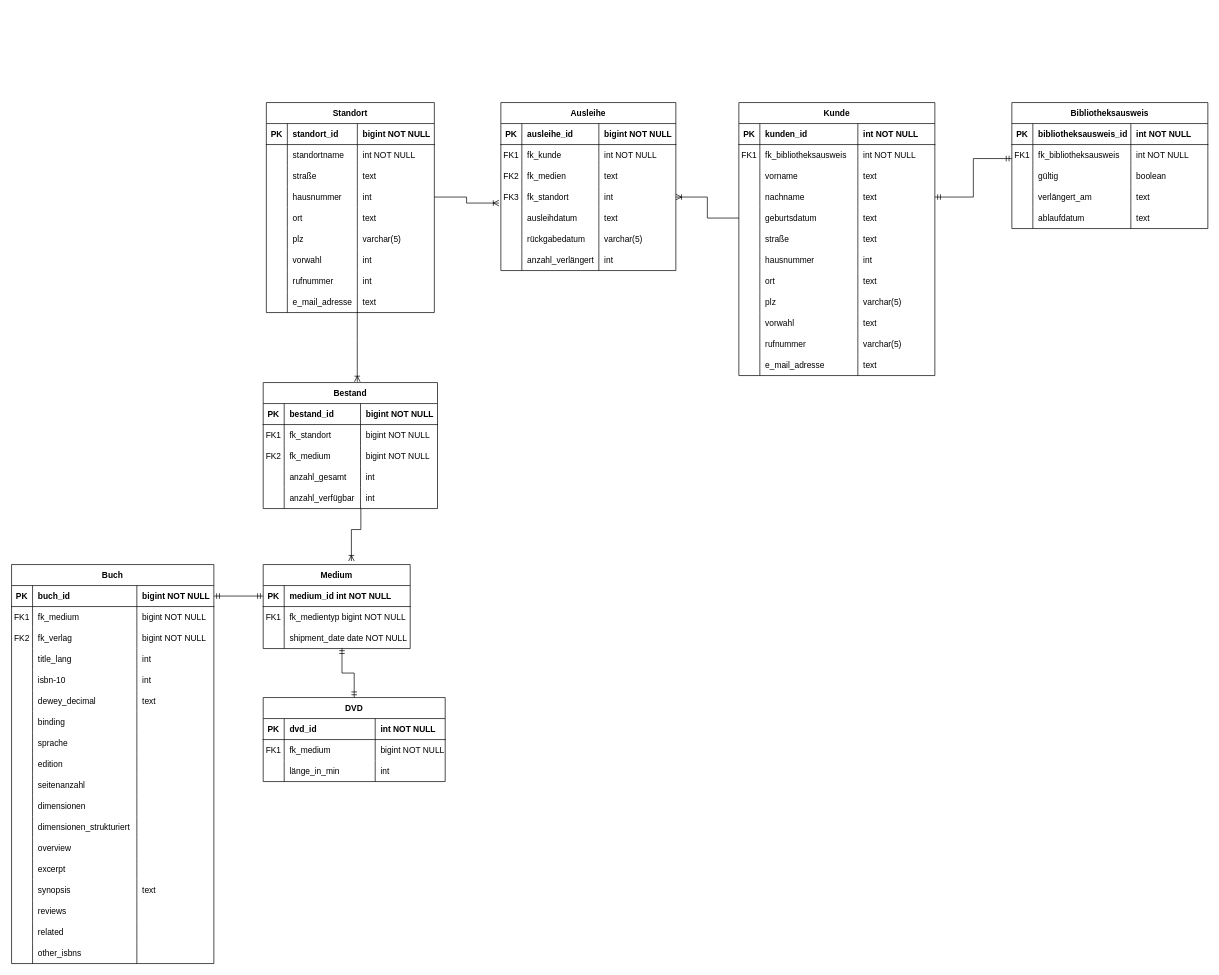
Above: ERM_Bibliotheksverwaltung.drawio in typhooncode-library-administration/1.organization-documentation-wiki (draw.io), before the change. Source tidied: cells renumbered, new cells numbered last; positions are measured from the earlier drawing's top-left corner, leaving out a move shared by most shapes. Both pictures are drawn from the tidied source at 70%, with x=0, y=0 at pixel (11, 102).
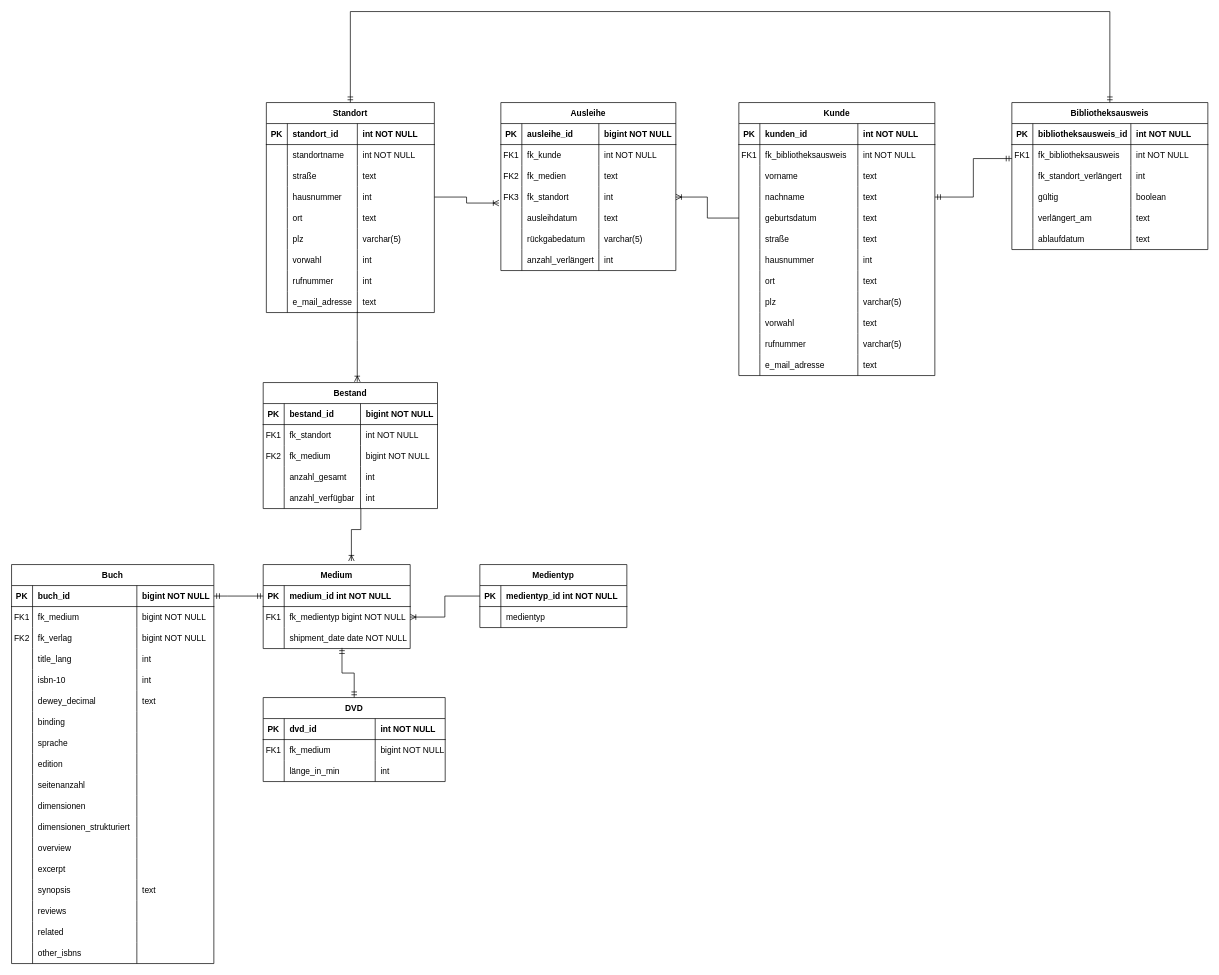
The same diagram, later.

The change refers to these unchanged cells:
```xml
<mxCell id="2" value="Standort" style="shape=table;startSize=30;childLayout=tableLayout;rowLines=0;fontStyle=1;align=center;" parent="1" vertex="1">
  <mxGeometry x="364" width="240" height="300" as="geometry" />
</mxCell>
<mxCell id="3" style="shape=partialRectangle;fillColor=none;top=0;left=0;right=0;bottom=1;" parent="2" vertex="1">
  <mxGeometry y="30" width="240" height="30" as="geometry" />
</mxCell>
<mxCell id="43" style="shape=partialRectangle;fillColor=none;points=[[0,0.5],[1,0.5]];portConstraint=eastwest;top=0;left=0;right=0;bottom=0;" parent="39" vertex="1">
  <mxGeometry y="60" width="210" height="30" as="geometry" />
</mxCell>
<mxCell id="54" style="shape=partialRectangle;fillColor=none;top=0;left=0;right=0;bottom=0;" parent="49" vertex="1">
  <mxGeometry y="60" width="249" height="30" as="geometry" />
</mxCell>
```

Diff of the diagram source:
```diff
@@
-    <mxCell id="6" value="bigint NOT NULL" style="shape=partialRectangle;overflow=hidden;fillColor=none;top=0;left=0;bottom=0;right=0;align=left;spacingLeft=6;fontStyle=1;" parent="3" vertex="1">
+    <mxCell id="6" value="int NOT NULL" style="shape=partialRectangle;overflow=hidden;fillColor=none;top=0;left=0;bottom=0;right=0;align=left;spacingLeft=6;fontStyle=1;" parent="3" vertex="1">
       <mxGeometry x="130" width="110" height="30" as="geometry" />
     </mxCell>
@@
-    <mxCell id="57" value="bigint NOT NULL" style="shape=partialRectangle;overflow=hidden;fillColor=none;top=0;left=0;bottom=0;right=0;align=left;spacingLeft=6;" parent="54" vertex="1">
+    <mxCell id="57" value="int NOT NULL" style="shape=partialRectangle;overflow=hidden;fillColor=none;top=0;left=0;bottom=0;right=0;align=left;spacingLeft=6;" parent="54" vertex="1">
       <mxGeometry x="139" width="110" height="30" as="geometry" />
     </mxCell>
@@
     <mxCell id="240" value="Bibliotheksausweis" style="shape=table;startSize=30;childLayout=tableLayout;rowLines=0;fontStyle=1;align=center;" parent="1" vertex="1">
-      <mxGeometry x="1429" width="280" height="180" as="geometry" />
+      <mxGeometry x="1429" width="280" height="210" as="geometry" />
     </mxCell>
@@
+    <mxCell id="262" style="shape=partialRectangle;fillColor=none;top=0;left=0;right=0;bottom=0;" parent="240" vertex="1">
+      <mxGeometry y="90" width="280" height="30" as="geometry" />
+    </mxCell>
+    <mxCell id="263" style="shape=partialRectangle;overflow=hidden;fillColor=none;top=0;left=0;bottom=0;right=0;" parent="262" vertex="1">
+      <mxGeometry width="30" height="30" as="geometry" />
+    </mxCell>
+    <mxCell id="264" value="fk_standort_verlängert" style="shape=partialRectangle;overflow=hidden;fillColor=none;top=0;left=0;bottom=0;right=0;align=left;spacingLeft=6;" parent="262" vertex="1">
+      <mxGeometry x="30" width="140" height="30" as="geometry" />
+    </mxCell>
+    <mxCell id="265" value="int " style="shape=partialRectangle;overflow=hidden;fillColor=none;top=0;left=0;bottom=0;right=0;align=left;spacingLeft=6;" parent="262" vertex="1">
+      <mxGeometry x="170" width="110" height="30" as="geometry" />
+    </mxCell>
     <mxCell id="249" style="shape=partialRectangle;fillColor=none;top=0;left=0;right=0;bottom=0;" parent="240" vertex="1">
-      <mxGeometry y="90" width="280" height="30" as="geometry" />
+      <mxGeometry y="120" width="280" height="30" as="geometry" />
     </mxCell>
@@
     <mxCell id="253" style="shape=partialRectangle;fillColor=none;top=0;left=0;right=0;bottom=0;" parent="240" vertex="1">
-      <mxGeometry y="120" width="280" height="30" as="geometry" />
+      <mxGeometry y="150" width="280" height="30" as="geometry" />
     </mxCell>
@@
     <mxCell id="257" style="shape=partialRectangle;fillColor=none;top=0;left=0;right=0;bottom=0;" parent="240" vertex="1">
-      <mxGeometry y="150" width="280" height="30" as="geometry" />
+      <mxGeometry y="180" width="280" height="30" as="geometry" />
     </mxCell>
@@
+    <mxCell id="266" style="edgeStyle=elbowEdgeStyle;fontSize=12;html=1;endArrow=ERmandOne;startArrow=ERmandOne;rounded=0;elbow=vertical;exitX=0.5;exitY=0;exitDx=0;exitDy=0;entryX=0.5;entryY=0;entryDx=0;entryDy=0;" parent="1" edge="1" source="2" target="240">
+      <mxGeometry relative="1" as="geometry">
+        <Array as="points">
+          <mxPoint x="799" y="-130" />
+        </Array>
+      </mxGeometry>
+    </mxCell>
+    <mxCell id="267" value="Medientyp" style="shape=table;startSize=30;childLayout=tableLayout;rowLines=0;fontStyle=1;align=center;" parent="1" vertex="1">
+      <mxGeometry x="669" y="660" width="210" height="90" as="geometry" />
+    </mxCell>
+    <mxCell id="268" style="shape=partialRectangle;fillColor=none;points=[[0,0.5],[1,0.5]];portConstraint=eastwest;top=0;left=0;right=0;bottom=1;" parent="267" vertex="1">
+      <mxGeometry y="30" width="210" height="30" as="geometry" />
+    </mxCell>
+    <mxCell id="269" value="PK" style="shape=partialRectangle;overflow=hidden;fillColor=none;top=0;left=0;bottom=0;right=0;fontStyle=1;" parent="268" vertex="1">
+      <mxGeometry width="30" height="30" as="geometry" />
+    </mxCell>
+    <mxCell id="270" value="medientyp_id int NOT NULL " style="shape=partialRectangle;overflow=hidden;fillColor=none;top=0;left=0;bottom=0;right=0;align=left;spacingLeft=6;fontStyle=1;" parent="268" vertex="1">
+      <mxGeometry x="30" width="180" height="30" as="geometry" />
+    </mxCell>
+    <mxCell id="271" style="shape=partialRectangle;fillColor=none;top=0;left=0;right=0;bottom=0;" parent="267" vertex="1">
+      <mxGeometry y="60" width="210" height="30" as="geometry" />
+    </mxCell>
+    <mxCell id="272" style="shape=partialRectangle;overflow=hidden;fillColor=none;top=0;left=0;bottom=0;right=0;" parent="271" vertex="1">
+      <mxGeometry width="30" height="30" as="geometry" />
+    </mxCell>
+    <mxCell id="273" value="medientyp" style="shape=partialRectangle;overflow=hidden;fillColor=none;top=0;left=0;bottom=0;right=0;align=left;spacingLeft=6;" parent="271" vertex="1">
+      <mxGeometry x="30" width="180" height="30" as="geometry" />
+    </mxCell>
+    <mxCell id="274" style="edgeStyle=elbowEdgeStyle;fontSize=12;html=1;endArrow=none;rounded=0;exitX=1;exitY=0.5;exitDx=0;exitDy=0;entryX=0;entryY=0.5;entryDx=0;entryDy=0;startArrow=ERoneToMany;startFill=0;endFill=0;" parent="1" edge="1" source="43" target="268">
+      <mxGeometry relative="1" as="geometry" />
+    </mxCell>
```
